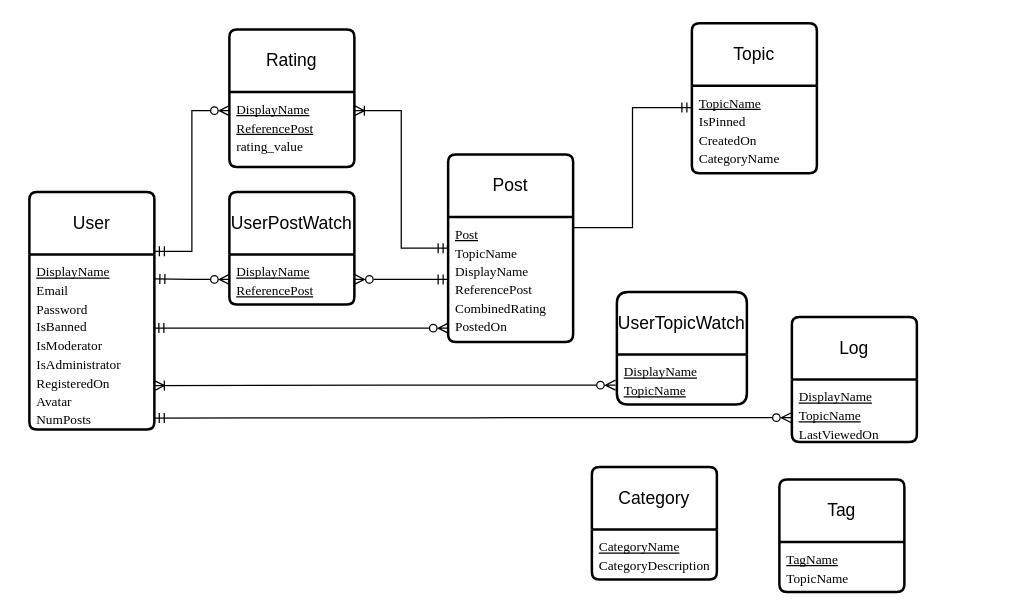
This is CSC 370/A6ERD.drawio from amirabdullahi1/gold, a draw.io file, before an edit. Source tidied: cells renumbered, new cells numbered last; positions are measured from the earlier drawing's top-left corner, leaving out a move shared by most shapes. Both pictures are drawn from the tidied source at 125%, with x=0, y=0 at pixel (29, 22).
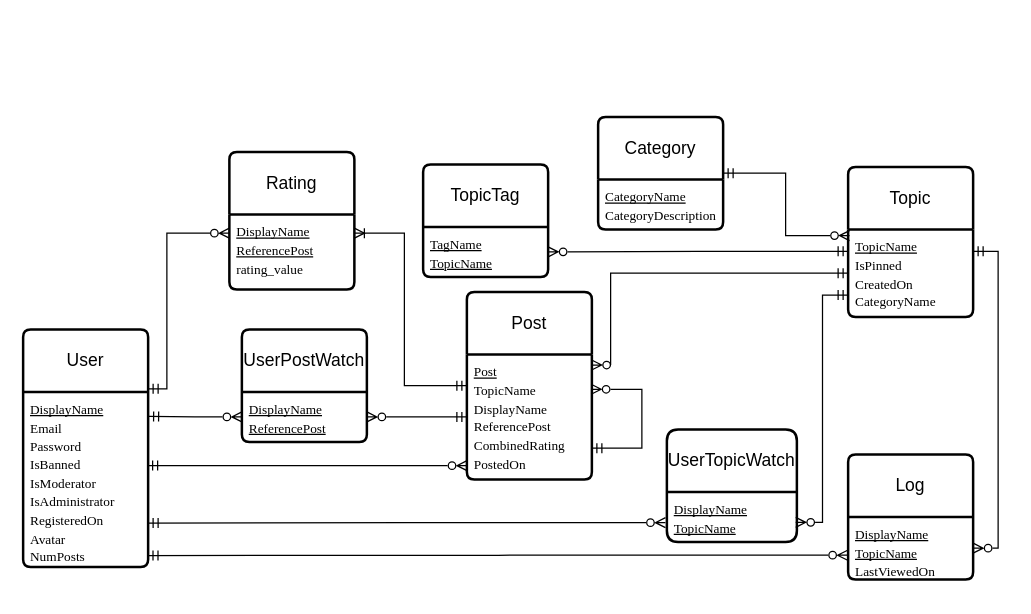
After the change.

Unchanged cells that the change refers to:
```xml
<mxCell id="3" value="&lt;span id=&quot;docs-internal-guid-10de90ec-7fff-5b04-633d-04b0c5c9cee9&quot;&gt;&lt;span style=&quot;font-size: 8pt; font-family: &amp;quot;Times New Roman&amp;quot;, serif; background-color: transparent; font-variant-numeric: normal; font-variant-east-asian: normal; font-variant-alternates: normal; font-variant-position: normal; text-decoration-line: underline; text-decoration-skip-ink: none; vertical-align: baseline; white-space: pre-wrap;&quot;&gt;DisplayName&lt;/span&gt;&lt;/span&gt;&lt;div&gt;&lt;span&gt;&lt;span style=&quot;font-size: 8pt; font-family: &amp;quot;Times New Roman&amp;quot;, serif; background-color: transparent; font-variant-numeric: normal; font-variant-east-asian: normal; font-variant-alternates: normal; font-variant-position: normal; vertical-align: baseline; white-space: pre-wrap;&quot;&gt;Email&lt;/span&gt;&lt;/span&gt;&lt;/div&gt;&lt;div&gt;&lt;span&gt;&lt;span style=&quot;font-size: 8pt; font-family: &amp;quot;Times New Roman&amp;quot;, serif; background-color: transparent; font-variant-numeric: normal; font-variant-east-asian: normal; font-variant-alternates: normal; font-variant-position: normal; vertical-align: baseline; white-space: pre-wrap;&quot;&gt;Password&lt;/span&gt;&lt;/span&gt;&lt;/div&gt;&lt;div&gt;&lt;span&gt;&lt;span style=&quot;font-size: 8pt; font-family: &amp;quot;Times New Roman&amp;quot;, serif; background-color: transparent; font-variant-numeric: normal; font-variant-east-asian: normal; font-variant-alternates: normal; font-variant-position: normal; vertical-align: baseline; white-space: pre-wrap;&quot;&gt;IsBanned&lt;/span&gt;&lt;/span&gt;&lt;/div&gt;&lt;div&gt;&lt;span&gt;&lt;span style=&quot;font-size: 8pt; font-family: &amp;quot;Times New Roman&amp;quot;, serif; background-color: transparent; font-variant-numeric: normal; font-variant-east-asian: normal; font-variant-alternates: normal; font-variant-position: normal; vertical-align: baseline; white-space: pre-wrap;&quot;&gt;IsModerator&lt;/span&gt;&lt;/span&gt;&lt;/div&gt;&lt;div&gt;&lt;span&gt;&lt;span style=&quot;font-size: 8pt; font-family: &amp;quot;Times New Roman&amp;quot;, serif; background-color: transparent; font-variant-numeric: normal; font-variant-east-asian: normal; font-variant-alternates: normal; font-variant-position: normal; vertical-align: baseline; white-space: pre-wrap;&quot;&gt;IsAdministrator&lt;/span&gt;&lt;/span&gt;&lt;/div&gt;&lt;div&gt;&lt;span&gt;&lt;span style=&quot;font-size: 8pt; font-family: &amp;quot;Times New Roman&amp;quot;, serif; background-color: transparent; font-variant-numeric: normal; font-variant-east-asian: normal; font-variant-alternates: normal; font-variant-position: normal; vertical-align: baseline; white-space: pre-wrap;&quot;&gt;RegisteredOn&lt;/span&gt;&lt;/span&gt;&lt;/div&gt;&lt;div&gt;&lt;span&gt;&lt;span style=&quot;font-size: 8pt; font-family: &amp;quot;Times New Roman&amp;quot;, serif; background-color: transparent; font-variant-numeric: normal; font-variant-east-asian: normal; font-variant-alternates: normal; font-variant-position: normal; vertical-align: baseline; white-space: pre-wrap;&quot;&gt;Avatar&lt;/span&gt;&lt;/span&gt;&lt;/div&gt;&lt;div&gt;&lt;span&gt;&lt;span style=&quot;font-size: 8pt; font-family: &amp;quot;Times New Roman&amp;quot;, serif; background-color: transparent; font-variant-numeric: normal; font-variant-east-asian: normal; font-variant-alternates: normal; font-variant-position: normal; vertical-align: baseline; white-space: pre-wrap;&quot;&gt;NumPosts&lt;/span&gt;&lt;/span&gt;&lt;/div&gt;" style="align=left;strokeColor=none;fillColor=none;spacingLeft=4;fontSize=12;verticalAlign=top;html=1;" parent="2" vertex="1">
  <mxGeometry y="50" width="100" height="140" as="geometry" />
</mxCell>
<mxCell id="5" value="&lt;span id=&quot;docs-internal-guid-335b155d-7fff-7523-f10d-542a459f4298&quot;&gt;&lt;span style=&quot;font-size: 8pt; font-family: &amp;quot;Times New Roman&amp;quot;, serif; background-color: transparent; font-variant-numeric: normal; font-variant-east-asian: normal; font-variant-alternates: normal; font-variant-position: normal; text-decoration-line: underline; text-decoration-skip-ink: none; vertical-align: baseline; white-space: pre-wrap;&quot;&gt;TopicName&lt;/span&gt;&lt;span style=&quot;font-size: 8pt; font-family: &amp;quot;Times New Roman&amp;quot;, serif; background-color: transparent; font-variant-numeric: normal; font-variant-east-asian: normal; font-variant-alternates: normal; font-variant-position: normal; vertical-align: baseline; white-space: pre-wrap;&quot;&gt; &lt;/span&gt;&lt;/span&gt;&lt;div&gt;&lt;span&gt;&lt;span style=&quot;font-size: 8pt; font-family: &amp;quot;Times New Roman&amp;quot;, serif; background-color: transparent; font-variant-numeric: normal; font-variant-east-asian: normal; font-variant-alternates: normal; font-variant-position: normal; vertical-align: baseline; white-space: pre-wrap;&quot;&gt;IsPinned&lt;/span&gt;&lt;/span&gt;&lt;/div&gt;&lt;div&gt;&lt;span&gt;&lt;span style=&quot;font-size: 8pt; font-family: &amp;quot;Times New Roman&amp;quot;, serif; background-color: transparent; font-variant-numeric: normal; font-variant-east-asian: normal; font-variant-alternates: normal; font-variant-position: normal; vertical-align: baseline; white-space: pre-wrap;&quot;&gt;CreatedOn&lt;/span&gt;&lt;/span&gt;&lt;/div&gt;&lt;div&gt;&lt;span&gt;&lt;span style=&quot;font-size: 8pt; font-family: &amp;quot;Times New Roman&amp;quot;, serif; background-color: transparent; font-variant-numeric: normal; font-variant-east-asian: normal; font-variant-alternates: normal; font-variant-position: normal; vertical-align: baseline; white-space: pre-wrap;&quot;&gt;CategoryName&lt;/span&gt;&lt;/span&gt;&lt;/div&gt;" style="align=left;strokeColor=none;fillColor=none;spacingLeft=4;fontSize=12;verticalAlign=top;html=1;" parent="4" vertex="1">
  <mxGeometry y="50" width="100" height="70" as="geometry" />
</mxCell>
<mxCell id="9" value="&lt;span id=&quot;docs-internal-guid-04a7103e-7fff-6b36-e854-a5276be4d943&quot;&gt;&lt;span style=&quot;font-size: 8pt; font-family: &amp;quot;Times New Roman&amp;quot;, serif; background-color: transparent; font-variant-numeric: normal; font-variant-east-asian: normal; font-variant-alternates: normal; font-variant-position: normal; text-decoration-line: underline; text-decoration-skip-ink: none; vertical-align: baseline; white-space: pre-wrap;&quot;&gt;Post&lt;/span&gt;&lt;/span&gt;&lt;div&gt;&lt;span&gt;&lt;span style=&quot;font-size: 8pt; font-family: &amp;quot;Times New Roman&amp;quot;, serif; background-color: transparent; font-variant-numeric: normal; font-variant-east-asian: normal; font-variant-alternates: normal; font-variant-position: normal; vertical-align: baseline; white-space: pre-wrap;&quot;&gt;TopicName&lt;/span&gt;&lt;/span&gt;&lt;/div&gt;&lt;div&gt;&lt;span&gt;&lt;span style=&quot;font-size: 8pt; font-family: &amp;quot;Times New Roman&amp;quot;, serif; background-color: transparent; font-variant-numeric: normal; font-variant-east-asian: normal; font-variant-alternates: normal; font-variant-position: normal; vertical-align: baseline; white-space: pre-wrap;&quot;&gt;DisplayName&lt;/span&gt;&lt;/span&gt;&lt;/div&gt;&lt;div&gt;&lt;span&gt;&lt;span style=&quot;font-size: 8pt; font-family: &amp;quot;Times New Roman&amp;quot;, serif; background-color: transparent; font-variant-numeric: normal; font-variant-east-asian: normal; font-variant-alternates: normal; font-variant-position: normal; vertical-align: baseline; white-space: pre-wrap;&quot;&gt;ReferencePost&lt;/span&gt;&lt;/span&gt;&lt;/div&gt;&lt;div&gt;&lt;span&gt;&lt;span style=&quot;font-size: 8pt; font-family: &amp;quot;Times New Roman&amp;quot;, serif; background-color: transparent; font-variant-numeric: normal; font-variant-east-asian: normal; font-variant-alternates: normal; font-variant-position: normal; vertical-align: baseline; white-space: pre-wrap;&quot;&gt;CombinedRating&lt;/span&gt;&lt;/span&gt;&lt;/div&gt;&lt;div&gt;&lt;span&gt;&lt;span style=&quot;font-size: 8pt; font-family: &amp;quot;Times New Roman&amp;quot;, serif; background-color: transparent; font-variant-numeric: normal; font-variant-east-asian: normal; font-variant-alternates: normal; font-variant-position: normal; vertical-align: baseline; white-space: pre-wrap;&quot;&gt;PostedOn&lt;/span&gt;&lt;/span&gt;&lt;/div&gt;" style="align=left;strokeColor=none;fillColor=none;spacingLeft=4;fontSize=12;verticalAlign=top;html=1;" parent="8" vertex="1">
  <mxGeometry y="50" width="100" height="100" as="geometry" />
</mxCell>
<mxCell id="14" value="&lt;span id=&quot;docs-internal-guid-7e6a2e6d-7fff-f1e0-f9a3-e141fd04a210&quot;&gt;&lt;span style=&quot;font-size: 8pt; font-family: &amp;quot;Times New Roman&amp;quot;, serif; background-color: transparent; font-variant-numeric: normal; font-variant-east-asian: normal; font-variant-alternates: normal; font-variant-position: normal; text-decoration-line: underline; text-decoration-skip-ink: none; vertical-align: baseline; white-space: pre-wrap;&quot;&gt;DisplayName&lt;/span&gt;&lt;/span&gt;&lt;div&gt;&lt;span&gt;&lt;span style=&quot;font-size: 8pt; font-family: &amp;quot;Times New Roman&amp;quot;, serif; background-color: transparent; font-variant-numeric: normal; font-variant-east-asian: normal; font-variant-alternates: normal; font-variant-position: normal; text-decoration-line: underline; text-decoration-skip-ink: none; vertical-align: baseline; white-space: pre-wrap;&quot;&gt;ReferencePost&lt;/span&gt;&lt;/span&gt;&lt;/div&gt;&lt;div&gt;&lt;span&gt;&lt;span style=&quot;font-size: 8pt; font-family: &amp;quot;Times New Roman&amp;quot;, serif; background-color: transparent; font-variant-numeric: normal; font-variant-east-asian: normal; font-variant-alternates: normal; font-variant-position: normal; vertical-align: baseline; white-space: pre-wrap;&quot;&gt;rating_value&lt;/span&gt;&lt;/span&gt;&lt;/div&gt;" style="align=left;strokeColor=none;fillColor=none;spacingLeft=4;fontSize=12;verticalAlign=top;html=1;" parent="13" vertex="1">
  <mxGeometry y="50" width="100" height="60" as="geometry" />
</mxCell>
<mxCell id="18" value="&lt;span id=&quot;docs-internal-guid-7e6a2e6d-7fff-f1e0-f9a3-e141fd04a210&quot;&gt;&lt;span style=&quot;font-size: 8pt; font-family: &amp;quot;Times New Roman&amp;quot;, serif; background-color: transparent; font-variant-numeric: normal; font-variant-east-asian: normal; font-variant-alternates: normal; font-variant-position: normal; text-decoration-line: underline; text-decoration-skip-ink: none; vertical-align: baseline; white-space: pre-wrap;&quot;&gt;DisplayName&lt;/span&gt;&lt;/span&gt;&lt;div&gt;&lt;span&gt;&lt;span style=&quot;font-size: 8pt; font-family: &amp;quot;Times New Roman&amp;quot;, serif; background-color: transparent; font-variant-numeric: normal; font-variant-east-asian: normal; font-variant-alternates: normal; font-variant-position: normal; text-decoration-line: underline; text-decoration-skip-ink: none; vertical-align: baseline; white-space: pre-wrap;&quot;&gt;TopicName&lt;/span&gt;&lt;/span&gt;&lt;/div&gt;" style="align=left;strokeColor=none;fillColor=none;spacingLeft=4;fontSize=12;verticalAlign=top;html=1;" parent="17" vertex="1">
  <mxGeometry y="50" width="104" height="40" as="geometry" />
</mxCell>
<mxCell id="20" value="&lt;span id=&quot;docs-internal-guid-7e6a2e6d-7fff-f1e0-f9a3-e141fd04a210&quot;&gt;&lt;span style=&quot;font-size: 8pt; font-family: &amp;quot;Times New Roman&amp;quot;, serif; background-color: transparent; font-variant-numeric: normal; font-variant-east-asian: normal; font-variant-alternates: normal; font-variant-position: normal; text-decoration-line: underline; text-decoration-skip-ink: none; vertical-align: baseline; white-space: pre-wrap;&quot;&gt;DisplayName&lt;/span&gt;&lt;/span&gt;&lt;div&gt;&lt;span&gt;&lt;span style=&quot;font-size: 8pt; font-family: &amp;quot;Times New Roman&amp;quot;, serif; background-color: transparent; font-variant-numeric: normal; font-variant-east-asian: normal; font-variant-alternates: normal; font-variant-position: normal; text-decoration-line: underline; text-decoration-skip-ink: none; vertical-align: baseline; white-space: pre-wrap;&quot;&gt;TopicName&lt;/span&gt;&lt;/span&gt;&lt;/div&gt;&lt;div&gt;&lt;span id=&quot;docs-internal-guid-515d5652-7fff-1f03-a5a3-082d1abbf988&quot;&gt;&lt;span style=&quot;font-size: 8pt; font-family: &amp;quot;Times New Roman&amp;quot;, serif; background-color: transparent; font-variant-numeric: normal; font-variant-east-asian: normal; font-variant-alternates: normal; font-variant-position: normal; vertical-align: baseline; white-space: pre-wrap;&quot;&gt;LastViewedOn&lt;/span&gt;&lt;/span&gt;&lt;span&gt;&lt;span style=&quot;font-size: 8pt; font-family: &amp;quot;Times New Roman&amp;quot;, serif; background-color: transparent; font-variant-numeric: normal; font-variant-east-asian: normal; font-variant-alternates: normal; font-variant-position: normal; text-decoration-line: underline; text-decoration-skip-ink: none; vertical-align: baseline; white-space: pre-wrap;&quot;&gt;&lt;/span&gt;&lt;/span&gt;&lt;/div&gt;" style="align=left;strokeColor=none;fillColor=none;spacingLeft=4;fontSize=12;verticalAlign=top;html=1;" parent="19" vertex="1">
  <mxGeometry y="50" width="100" height="50" as="geometry" />
</mxCell>
```

Change to the diagram source:
```diff
@@
     <mxCell id="2" value="User" style="swimlane;horizontal=1;startSize=50;rounded=1;fontSize=14;fontStyle=0;strokeWidth=2;shadow=0;dashed=0;align=center;arcSize=4;whiteSpace=wrap;html=1;" parent="1" vertex="1">
-      <mxGeometry y="135" width="100" height="190" as="geometry" />
+      <mxGeometry x="-5" y="245" width="100" height="190" as="geometry" />
     </mxCell>
@@
     <mxCell id="4" value="Topic" style="swimlane;horizontal=1;startSize=50;rounded=1;fontSize=14;fontStyle=0;strokeWidth=2;shadow=0;dashed=0;align=center;arcSize=4;whiteSpace=wrap;html=1;" parent="1" vertex="1">
-      <mxGeometry x="530" width="100" height="120" as="geometry" />
+      <mxGeometry x="655" y="115" width="100" height="120" as="geometry" />
     </mxCell>
@@
     <mxCell id="6" value="Category" style="swimlane;horizontal=1;startSize=50;rounded=1;fontSize=14;fontStyle=0;strokeWidth=2;shadow=0;dashed=0;align=center;arcSize=4;whiteSpace=wrap;html=1;" parent="1" vertex="1">
-      <mxGeometry x="450" y="355" width="100" height="90" as="geometry" />
+      <mxGeometry x="455" y="75" width="100" height="90" as="geometry" />
     </mxCell>
@@
     <mxCell id="8" value="Post" style="swimlane;horizontal=1;startSize=50;rounded=1;fontSize=14;fontStyle=0;strokeWidth=2;shadow=0;dashed=0;align=center;arcSize=4;whiteSpace=wrap;html=1;" parent="1" vertex="1">
-      <mxGeometry x="335" y="105" width="100" height="150" as="geometry" />
+      <mxGeometry x="350" y="215" width="100" height="150" as="geometry" />
     </mxCell>
@@
+    <mxCell id="28" style="edgeStyle=orthogonalEdgeStyle;rounded=0;orthogonalLoop=1;jettySize=auto;html=1;entryX=1;entryY=0.75;entryDx=0;entryDy=0;exitX=0.994;exitY=0.279;exitDx=0;exitDy=0;exitPerimeter=0;startArrow=ERzeroToMany;startFill=0;endArrow=ERmandOne;endFill=0;" parent="8" edge="1" source="9" target="9">
+      <mxGeometry relative="1" as="geometry">
+        <Array as="points">
+          <mxPoint x="140" y="78" />
+          <mxPoint x="140" y="125" />
+        </Array>
+      </mxGeometry>
+    </mxCell>
-    <mxCell id="10" value="Tag" style="swimlane;horizontal=1;startSize=50;rounded=1;fontSize=14;fontStyle=0;strokeWidth=2;shadow=0;dashed=0;align=center;arcSize=4;whiteSpace=wrap;html=1;" parent="1" vertex="1">
-      <mxGeometry x="600" y="365" width="100" height="90" as="geometry" />
+    <mxCell id="10" value="TopicTag" style="swimlane;horizontal=1;startSize=50;rounded=1;fontSize=14;fontStyle=0;strokeWidth=2;shadow=0;dashed=0;align=center;arcSize=4;whiteSpace=wrap;html=1;" parent="1" vertex="1">
+      <mxGeometry x="315" y="113" width="100" height="90" as="geometry" />
     </mxCell>
-    <mxCell id="11" value="&lt;span id=&quot;docs-internal-guid-04a7103e-7fff-6b36-e854-a5276be4d943&quot;&gt;&lt;span style=&quot;font-size: 8pt; font-family: &amp;quot;Times New Roman&amp;quot;, serif; background-color: transparent; font-variant-numeric: normal; font-variant-east-asian: normal; font-variant-alternates: normal; font-variant-position: normal; text-decoration-line: underline; text-decoration-skip-ink: none; vertical-align: baseline; white-space: pre-wrap;&quot;&gt;TagName&lt;/span&gt;&lt;/span&gt;&lt;div&gt;&lt;span&gt;&lt;span style=&quot;font-size: 8pt; font-family: &amp;quot;Times New Roman&amp;quot;, serif; background-color: transparent; font-variant-numeric: normal; font-variant-east-asian: normal; font-variant-alternates: normal; font-variant-position: normal; vertical-align: baseline; white-space: pre-wrap;&quot;&gt;TopicName&lt;/span&gt;&lt;/span&gt;&lt;/div&gt;" style="align=left;strokeColor=none;fillColor=none;spacingLeft=4;fontSize=12;verticalAlign=top;html=1;" parent="10" vertex="1">
+    <mxCell id="11" value="&lt;span id=&quot;docs-internal-guid-04a7103e-7fff-6b36-e854-a5276be4d943&quot;&gt;&lt;span style=&quot;font-size: 8pt; font-family: &amp;quot;Times New Roman&amp;quot;, serif; background-color: transparent; font-variant-numeric: normal; font-variant-east-asian: normal; font-variant-alternates: normal; font-variant-position: normal; text-decoration-line: underline; text-decoration-skip-ink: none; vertical-align: baseline; white-space: pre-wrap;&quot;&gt;TagName&lt;/span&gt;&lt;/span&gt;&lt;div&gt;&lt;span&gt;&lt;span style=&quot;font-size: 8pt; font-family: &amp;quot;Times New Roman&amp;quot;, serif; background-color: transparent; font-variant-numeric: normal; font-variant-east-asian: normal; font-variant-alternates: normal; font-variant-position: normal; vertical-align: baseline; white-space: pre-wrap;&quot;&gt;&lt;u&gt;TopicName&lt;/u&gt;&lt;/span&gt;&lt;/span&gt;&lt;/div&gt;" style="align=left;strokeColor=none;fillColor=none;spacingLeft=4;fontSize=12;verticalAlign=top;html=1;" parent="10" vertex="1">
       <mxGeometry y="50" width="100" height="40" as="geometry" />
     </mxCell>
     <mxCell id="12" style="edgeStyle=orthogonalEdgeStyle;rounded=0;jettySize=auto;html=1;entryX=1;entryY=0.25;entryDx=0;entryDy=0;startArrow=ERzeroToMany;startFill=0;endArrow=ERmandOne;endFill=0;exitX=0;exitY=0.25;exitDx=0;exitDy=0;" parent="1" edge="1" source="14" target="2">
-      <mxGeometry relative="1" as="geometry" />
+      <mxGeometry relative="1" as="geometry">
+        <Array as="points">
+          <mxPoint x="110" y="168" />
+          <mxPoint x="110" y="292" />
+        </Array>
+      </mxGeometry>
     </mxCell>
     <mxCell id="13" value="Rating" style="swimlane;horizontal=1;startSize=50;rounded=1;fontSize=14;fontStyle=0;strokeWidth=2;shadow=0;dashed=0;align=center;arcSize=4;whiteSpace=wrap;html=1;" parent="1" vertex="1">
-      <mxGeometry x="160" y="5" width="100" height="110" as="geometry" />
+      <mxGeometry x="160" y="103" width="100" height="110" as="geometry" />
     </mxCell>
@@
     <mxCell id="15" value="UserPostWatch" style="swimlane;horizontal=1;startSize=50;rounded=1;fontSize=14;fontStyle=0;strokeWidth=2;shadow=0;dashed=0;align=center;arcSize=4;whiteSpace=wrap;html=1;" parent="1" vertex="1">
-      <mxGeometry x="160" y="135" width="100" height="90" as="geometry" />
+      <mxGeometry x="170" y="245" width="100" height="90" as="geometry" />
     </mxCell>
@@
     <mxCell id="17" value="UserTopicWatch" style="swimlane;horizontal=1;startSize=50;rounded=1;fontSize=14;fontStyle=0;strokeWidth=2;shadow=0;dashed=0;align=center;arcSize=6;whiteSpace=wrap;html=1;" parent="1" vertex="1">
-      <mxGeometry x="470" y="215" width="104" height="90" as="geometry" />
+      <mxGeometry x="510" y="325" width="104" height="90" as="geometry" />
     </mxCell>
@@
     <mxCell id="19" value="Log" style="swimlane;horizontal=1;startSize=50;rounded=1;fontSize=14;fontStyle=0;strokeWidth=2;shadow=0;dashed=0;align=center;arcSize=4;whiteSpace=wrap;html=1;" parent="1" vertex="1">
-      <mxGeometry x="610" y="235" width="100" height="100" as="geometry" />
+      <mxGeometry x="655" y="345" width="100" height="100" as="geometry" />
     </mxCell>
@@
-    <mxCell id="23" style="edgeStyle=orthogonalEdgeStyle;rounded=0;jettySize=auto;html=1;entryX=1;entryY=0.75;entryDx=0;entryDy=0;endArrow=ERoneToMany;endFill=0;startArrow=ERzeroToMany;startFill=0;exitX=-0.011;exitY=0.615;exitDx=0;exitDy=0;exitPerimeter=0;" parent="1" edge="1" source="18" target="3">
+    <mxCell id="23" style="edgeStyle=orthogonalEdgeStyle;rounded=0;jettySize=auto;html=1;entryX=1;entryY=0.75;entryDx=0;entryDy=0;endArrow=ERmandOne;endFill=0;startArrow=ERzeroToMany;startFill=0;exitX=-0.011;exitY=0.615;exitDx=0;exitDy=0;exitPerimeter=0;" parent="1" edge="1" source="18" target="3">
       <mxGeometry relative="1" as="geometry" />
     </mxCell>
@@
-    <mxCell id="26" style="edgeStyle=orthogonalEdgeStyle;rounded=0;jettySize=auto;html=1;entryX=0;entryY=0.25;entryDx=0;entryDy=0;exitX=1;exitY=0.25;exitDx=0;exitDy=0;endArrow=ERmandOne;endFill=0;startArrow=ERoneToMany;startFill=0;" parent="1" edge="1" source="14" target="9">
-      <mxGeometry relative="1" as="geometry" />
+    <mxCell id="26" style="edgeStyle=orthogonalEdgeStyle;rounded=0;jettySize=auto;html=1;entryX=0;entryY=0.25;entryDx=0;entryDy=0;endArrow=ERmandOne;endFill=0;startArrow=ERoneToMany;startFill=0;exitX=1;exitY=0.25;exitDx=0;exitDy=0;" parent="1" edge="1" source="14" target="9">
+      <mxGeometry relative="1" as="geometry">
+        <Array as="points">
+          <mxPoint x="300" y="168" />
+          <mxPoint x="300" y="290" />
+        </Array>
+      </mxGeometry>
     </mxCell>
-    <mxCell id="27" style="edgeStyle=orthogonalEdgeStyle;rounded=0;jettySize=auto;html=1;entryX=0;entryY=0.25;entryDx=0;entryDy=0;exitX=0.998;exitY=0.085;exitDx=0;exitDy=0;exitPerimeter=0;endArrow=ERmandOne;endFill=0;" parent="1" edge="1" source="9" target="5">
-      <mxGeometry relative="1" as="geometry" />
+    <mxCell id="27" style="edgeStyle=orthogonalEdgeStyle;rounded=0;jettySize=auto;html=1;entryX=0;entryY=0.5;entryDx=0;entryDy=0;exitX=0.998;exitY=0.085;exitDx=0;exitDy=0;exitPerimeter=0;endArrow=ERmandOne;endFill=0;startArrow=ERzeroToMany;startFill=0;" parent="1" edge="1" source="9" target="5">
+      <mxGeometry relative="1" as="geometry">
+        <Array as="points">
+          <mxPoint x="465" y="274" />
+          <mxPoint x="465" y="200" />
+        </Array>
+      </mxGeometry>
     </mxCell>
+    <mxCell id="29" style="edgeStyle=orthogonalEdgeStyle;rounded=0;jettySize=auto;html=1;entryX=0;entryY=0.75;entryDx=0;entryDy=0;endArrow=ERmandOne;endFill=0;startArrow=ERzeroToMany;startFill=0;exitX=0.991;exitY=0.609;exitDx=0;exitDy=0;exitPerimeter=0;" parent="1" edge="1" source="18" target="5">
+      <mxGeometry relative="1" as="geometry" />
+    </mxCell>
+    <mxCell id="30" style="edgeStyle=orthogonalEdgeStyle;rounded=0;jettySize=auto;html=1;exitX=0;exitY=0.25;exitDx=0;exitDy=0;entryX=1;entryY=0.5;entryDx=0;entryDy=0;startArrow=ERmandOne;startFill=0;endArrow=ERzeroToMany;endFill=0;" parent="1" edge="1" source="5" target="11">
+      <mxGeometry relative="1" as="geometry" />
+    </mxCell>
+    <mxCell id="31" style="edgeStyle=orthogonalEdgeStyle;rounded=0;jettySize=auto;html=1;entryX=0.011;entryY=0.071;entryDx=0;entryDy=0;entryPerimeter=0;endArrow=ERzeroToMany;endFill=0;startArrow=ERmandOne;startFill=0;" parent="1" edge="1" source="6" target="5">
+      <mxGeometry relative="1" as="geometry" />
+    </mxCell>
+    <mxCell id="32" style="edgeStyle=orthogonalEdgeStyle;rounded=0;jettySize=auto;html=1;entryX=1;entryY=0.25;entryDx=0;entryDy=0;exitX=1;exitY=0.5;exitDx=0;exitDy=0;endArrow=ERmandOne;endFill=0;startArrow=ERzeroToMany;startFill=0;" parent="1" edge="1" source="20" target="5">
+      <mxGeometry relative="1" as="geometry" />
+    </mxCell>
```
